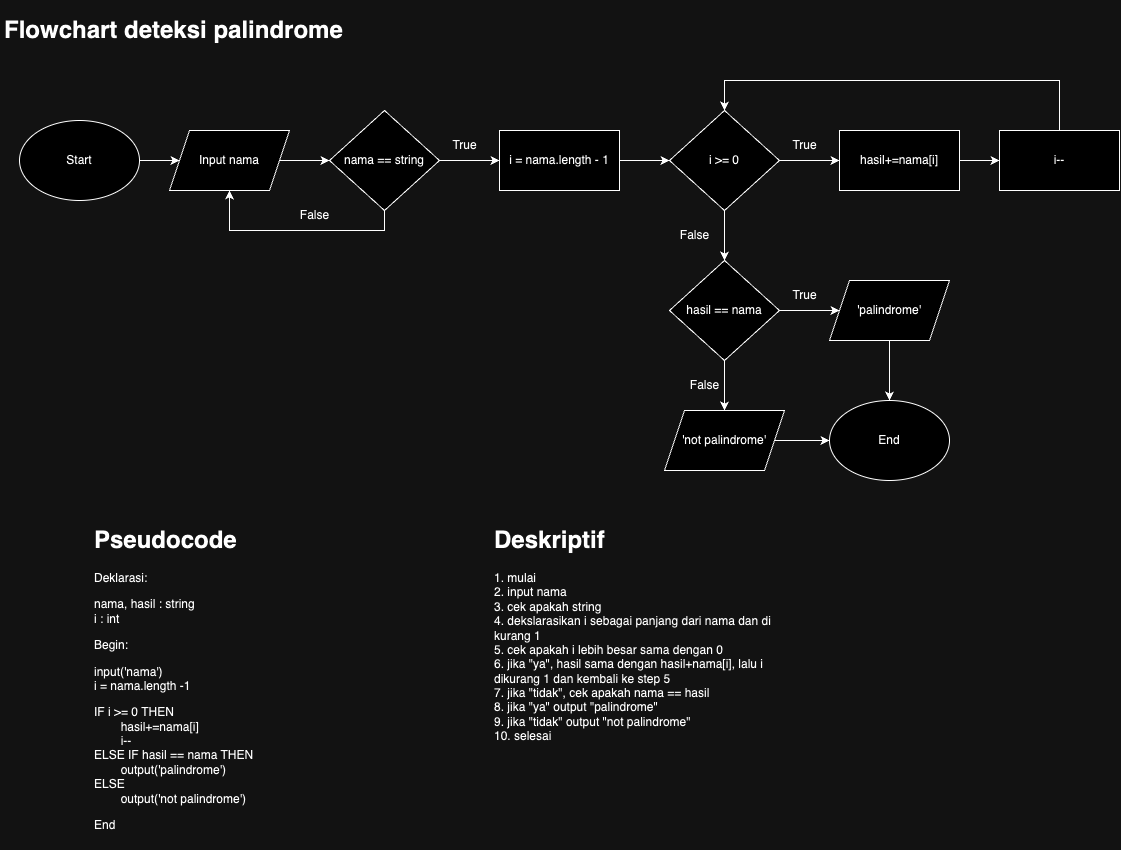
This is 6 Flowchart palindrome.drawio.png from putragabrielll/fwg17-computer-science, a draw.io export, as it was before one commit. Source tidied: cells renumbered, new cells last; positions are measured from the earlier drawing's top-left corner, leaving out a move shared by most shapes.
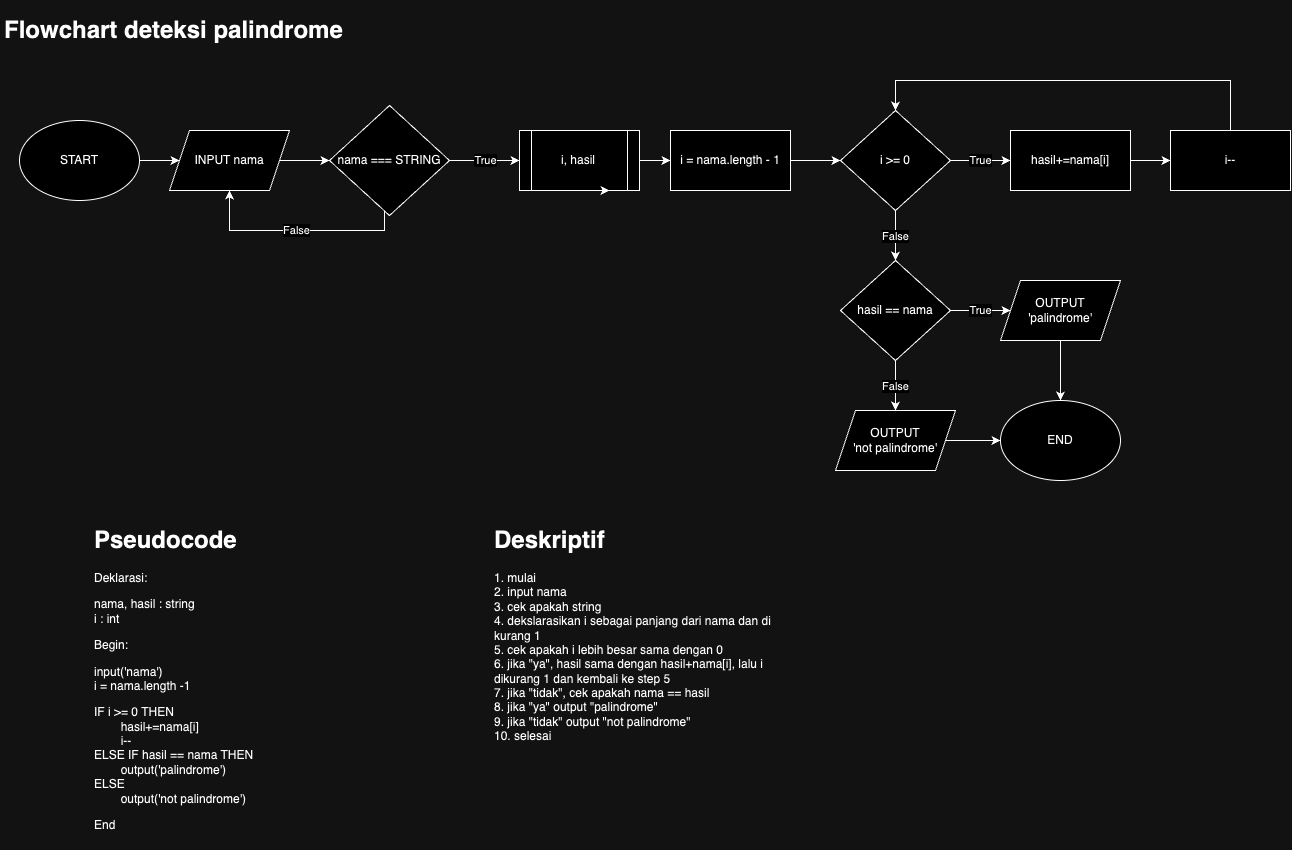
After the commit.

Change to the diagram source:
```diff
@@ -3,50 +3,44 @@
     <mxCell id="0" />
     <mxCell id="1" parent="0" />
     <mxCell id="2" value="&lt;h1&gt;&lt;span style=&quot;background-color: initial;&quot;&gt;Flowchart deteksi palindrome&lt;/span&gt;&lt;/h1&gt;" style="text;html=1;strokeColor=none;fillColor=none;spacing=5;spacingTop=-20;whiteSpace=wrap;overflow=hidden;rounded=0;align=left;" parent="1" vertex="1">
-      <mxGeometry width="440" height="70" as="geometry" />
+      <mxGeometry x="-171" width="440" height="70" as="geometry" />
     </mxCell>
     <mxCell id="3" style="edgeStyle=orthogonalEdgeStyle;rounded=0;jettySize=auto;html=1;entryX=0;entryY=0.5;entryDx=0;entryDy=0;" parent="1" edge="1" source="4" target="6">
       <mxGeometry relative="1" as="geometry" />
     </mxCell>
-    <mxCell id="4" value="Start" style="ellipse;whiteSpace=wrap;html=1;" parent="1" vertex="1">
-      <mxGeometry x="20" y="110" width="120" height="80" as="geometry" />
+    <mxCell id="4" value="START" style="ellipse;whiteSpace=wrap;html=1;" parent="1" vertex="1">
+      <mxGeometry x="-151" y="110" width="120" height="80" as="geometry" />
     </mxCell>
     <mxCell id="5" style="edgeStyle=orthogonalEdgeStyle;rounded=0;jettySize=auto;html=1;entryX=0;entryY=0.5;entryDx=0;entryDy=0;" parent="1" edge="1" source="6" target="9">
       <mxGeometry relative="1" as="geometry" />
     </mxCell>
-    <mxCell id="6" value="Input nama" style="shape=parallelogram;perimeter=parallelogramPerimeter;whiteSpace=wrap;html=1;fixedSize=1;" parent="1" vertex="1">
-      <mxGeometry x="170" y="120" width="120" height="60" as="geometry" />
+    <mxCell id="6" value="INPUT nama" style="shape=parallelogram;perimeter=parallelogramPerimeter;whiteSpace=wrap;html=1;fixedSize=1;" parent="1" vertex="1">
+      <mxGeometry x="-1" y="120" width="120" height="60" as="geometry" />
     </mxCell>
-    <mxCell id="7" style="edgeStyle=orthogonalEdgeStyle;rounded=0;jettySize=auto;html=1;" parent="1" edge="1" source="9" target="6">
+    <mxCell id="7" value="False" style="edgeStyle=orthogonalEdgeStyle;rounded=0;jettySize=auto;html=1;" parent="1" edge="1" source="9" target="6">
       <mxGeometry relative="1" as="geometry">
         <Array as="points">
-          <mxPoint x="385" y="220" />
-          <mxPoint x="230" y="220" />
+          <mxPoint x="214" y="220" />
+          <mxPoint x="59" y="220" />
         </Array>
       </mxGeometry>
     </mxCell>
-    <mxCell id="8" style="edgeStyle=orthogonalEdgeStyle;rounded=0;jettySize=auto;html=1;entryX=0;entryY=0.5;entryDx=0;entryDy=0;" parent="1" edge="1" source="9" target="12">
-      <mxGeometry relative="1" as="geometry" />
-    </mxCell>
+    <mxCell id="35" value="True" style="edgeStyle=orthogonalEdgeStyle;rounded=0;jettySize=auto;html=1;" parent="1" edge="1" source="9" target="37">
+      <mxGeometry relative="1" as="geometry" />
+    </mxCell>
-    <mxCell id="9" value="nama == string" style="rhombus;whiteSpace=wrap;html=1;" parent="1" vertex="1">
-      <mxGeometry x="330" y="100" width="110" height="100" as="geometry" />
+    <mxCell id="9" value="nama === STRING" style="rhombus;whiteSpace=wrap;html=1;" parent="1" vertex="1">
+      <mxGeometry x="159" y="95" width="120" height="110" as="geometry" />
     </mxCell>
-    <mxCell id="10" value="False" style="text;html=1;align=center;verticalAlign=middle;strokeColor=none;fillColor=none;" parent="1" vertex="1">
-      <mxGeometry x="290" y="190" width="50" height="30" as="geometry" />
-    </mxCell>
     <mxCell id="11" style="edgeStyle=orthogonalEdgeStyle;rounded=0;jettySize=auto;html=1;" parent="1" edge="1" source="12" target="16">
       <mxGeometry relative="1" as="geometry" />
     </mxCell>
     <mxCell id="12" value="i = nama.length - 1" style="rounded=0;whiteSpace=wrap;html=1;" parent="1" vertex="1">
       <mxGeometry x="500" y="120" width="120" height="60" as="geometry" />
     </mxCell>
-    <mxCell id="13" value="True" style="text;html=1;align=center;verticalAlign=middle;strokeColor=none;fillColor=none;" parent="1" vertex="1">
-      <mxGeometry x="440" y="120" width="50" height="30" as="geometry" />
-    </mxCell>
-    <mxCell id="14" style="edgeStyle=orthogonalEdgeStyle;rounded=0;jettySize=auto;html=1;" parent="1" edge="1" source="16" target="18">
+    <mxCell id="14" value="True" style="edgeStyle=orthogonalEdgeStyle;rounded=0;jettySize=auto;html=1;" parent="1" edge="1" source="16" target="18">
       <mxGeometry relative="1" as="geometry" />
     </mxCell>
-    <mxCell id="15" style="edgeStyle=orthogonalEdgeStyle;rounded=0;jettySize=auto;html=1;entryX=0.5;entryY=0;entryDx=0;entryDy=0;" parent="1" edge="1" source="16" target="24">
+    <mxCell id="15" value="False" style="edgeStyle=orthogonalEdgeStyle;rounded=0;jettySize=auto;html=1;entryX=0.5;entryY=0;entryDx=0;entryDy=0;" parent="1" edge="1" source="16" target="24">
       <mxGeometry relative="1" as="geometry" />
     </mxCell>
     <mxCell id="16" value="i &amp;gt;= 0" style="rhombus;whiteSpace=wrap;html=1;" parent="1" vertex="1">
@@ -69,47 +63,44 @@
     <mxCell id="20" value="i--" style="rounded=0;whiteSpace=wrap;html=1;" parent="1" vertex="1">
       <mxGeometry x="1000" y="120" width="120" height="60" as="geometry" />
     </mxCell>
-    <mxCell id="21" value="True" style="text;html=1;align=center;verticalAlign=middle;strokeColor=none;fillColor=none;" parent="1" vertex="1">
-      <mxGeometry x="780" y="120" width="50" height="30" as="geometry" />
-    </mxCell>
-    <mxCell id="22" style="edgeStyle=orthogonalEdgeStyle;rounded=0;jettySize=auto;html=1;" parent="1" edge="1" source="24" target="27">
+    <mxCell id="22" value="True" style="edgeStyle=orthogonalEdgeStyle;rounded=0;jettySize=auto;html=1;" parent="1" edge="1" source="24" target="27">
       <mxGeometry relative="1" as="geometry" />
     </mxCell>
-    <mxCell id="23" style="edgeStyle=orthogonalEdgeStyle;rounded=0;jettySize=auto;html=1;" parent="1" edge="1" source="24" target="30">
+    <mxCell id="23" value="False" style="edgeStyle=orthogonalEdgeStyle;rounded=0;jettySize=auto;html=1;" parent="1" edge="1" source="24" target="30">
       <mxGeometry relative="1" as="geometry" />
     </mxCell>
     <mxCell id="24" value="hasil == nama" style="rhombus;whiteSpace=wrap;html=1;" parent="1" vertex="1">
       <mxGeometry x="670" y="250" width="110" height="100" as="geometry" />
     </mxCell>
-    <mxCell id="25" value="False" style="text;html=1;align=center;verticalAlign=middle;strokeColor=none;fillColor=none;" parent="1" vertex="1">
-      <mxGeometry x="670" y="210" width="50" height="30" as="geometry" />
-    </mxCell>
     <mxCell id="26" style="edgeStyle=orthogonalEdgeStyle;rounded=0;jettySize=auto;html=1;" parent="1" edge="1" source="27" target="32">
       <mxGeometry relative="1" as="geometry" />
     </mxCell>
-    <mxCell id="27" value="'palindrome'" style="shape=parallelogram;perimeter=parallelogramPerimeter;whiteSpace=wrap;html=1;fixedSize=1;" parent="1" vertex="1">
+    <mxCell id="27" value="OUTPUT&lt;br&gt;'palindrome'" style="shape=parallelogram;perimeter=parallelogramPerimeter;whiteSpace=wrap;html=1;fixedSize=1;" parent="1" vertex="1">
       <mxGeometry x="830" y="270" width="120" height="60" as="geometry" />
     </mxCell>
-    <mxCell id="28" value="True" style="text;html=1;align=center;verticalAlign=middle;strokeColor=none;fillColor=none;" parent="1" vertex="1">
-      <mxGeometry x="780" y="270" width="50" height="30" as="geometry" />
-    </mxCell>
     <mxCell id="29" style="edgeStyle=orthogonalEdgeStyle;rounded=0;jettySize=auto;html=1;" parent="1" edge="1" source="30" target="32">
       <mxGeometry relative="1" as="geometry" />
     </mxCell>
-    <mxCell id="30" value="'not palindrome'" style="shape=parallelogram;perimeter=parallelogramPerimeter;whiteSpace=wrap;html=1;fixedSize=1;" parent="1" vertex="1">
+    <mxCell id="30" value="OUTPUT&lt;br&gt;'not palindrome'" style="shape=parallelogram;perimeter=parallelogramPerimeter;whiteSpace=wrap;html=1;fixedSize=1;" parent="1" vertex="1">
       <mxGeometry x="665" y="400" width="120" height="60" as="geometry" />
     </mxCell>
-    <mxCell id="31" value="False" style="text;html=1;align=center;verticalAlign=middle;strokeColor=none;fillColor=none;" parent="1" vertex="1">
-      <mxGeometry x="680" y="360" width="50" height="30" as="geometry" />
-    </mxCell>
-    <mxCell id="32" value="End" style="ellipse;whiteSpace=wrap;html=1;" parent="1" vertex="1">
+    <mxCell id="32" value="END" style="ellipse;whiteSpace=wrap;html=1;" parent="1" vertex="1">
       <mxGeometry x="830" y="390" width="120" height="80" as="geometry" />
     </mxCell>
     <mxCell id="33" value="&lt;h1&gt;Pseudocode&lt;/h1&gt;&lt;p&gt;Deklarasi:&lt;/p&gt;&lt;p&gt;nama, hasil : string&lt;br&gt;i : int&lt;/p&gt;&lt;p&gt;Begin:&lt;/p&gt;&lt;p&gt;input('nama')&lt;br&gt;i = nama.length -1&lt;/p&gt;&lt;p&gt;IF i &amp;gt;= 0 THEN&lt;br&gt;&lt;span style=&quot;white-space: pre;&quot;&gt;&#9;&lt;/span&gt;hasil+=nama[i]&lt;br&gt;&lt;span style=&quot;white-space: pre;&quot;&gt;&#9;&lt;/span&gt;i--&lt;br&gt;ELSE IF hasil == nama THEN&lt;br&gt;&lt;span style=&quot;white-space: pre;&quot;&gt;&#9;&lt;/span&gt;output('palindrome')&lt;br&gt;ELSE&lt;br&gt;&lt;span style=&quot;white-space: pre;&quot;&gt;&#9;&lt;/span&gt;output('not palindrome')&lt;/p&gt;&lt;p&gt;End&lt;/p&gt;" style="text;html=1;strokeColor=none;fillColor=none;spacing=5;spacingTop=-20;whiteSpace=wrap;overflow=hidden;rounded=0;align=left;" parent="1" vertex="1">
-      <mxGeometry x="90" y="510" width="240" height="330" as="geometry" />
+      <mxGeometry x="-81" y="510" width="240" height="330" as="geometry" />
     </mxCell>
     <mxCell id="34" value="&lt;h1&gt;Deskriptif&lt;/h1&gt;&lt;p&gt;1. mulai&lt;br&gt;2. input nama&lt;br&gt;3. cek apakah string&lt;br&gt;4. dekslarasikan i sebagai panjang dari nama dan di kurang 1&lt;br&gt;5. cek apakah i lebih besar sama dengan 0&lt;br&gt;6. jika &quot;ya&quot;, hasil sama dengan hasil+nama[i], lalu i dikurang 1 dan kembali ke step 5&lt;br&gt;7. jika &quot;tidak&quot;, cek apakah nama == hasil&lt;br&gt;8. jika &quot;ya&quot; output &quot;palindrome&quot;&lt;br&gt;9. jika &quot;tidak&quot; output &quot;not palindrome&quot;&lt;br&gt;10. selesai&lt;/p&gt;" style="text;html=1;strokeColor=none;fillColor=none;spacing=5;spacingTop=-20;whiteSpace=wrap;overflow=hidden;rounded=0;align=left;" parent="1" vertex="1">
-      <mxGeometry x="490" y="510" width="300" height="330" as="geometry" />
+      <mxGeometry x="319" y="510" width="300" height="330" as="geometry" />
     </mxCell>
+    <mxCell id="36" style="edgeStyle=orthogonalEdgeStyle;rounded=0;jettySize=auto;html=1;" parent="1" edge="1" source="37" target="12">
+      <mxGeometry relative="1" as="geometry" />
+    </mxCell>
+    <mxCell id="37" value="i, hasil" style="shape=process;whiteSpace=wrap;html=1;backgroundOutline=1;" parent="1" vertex="1">
+      <mxGeometry x="349" y="120" width="120" height="60" as="geometry" />
+    </mxCell>
+    <mxCell id="38" style="edgeStyle=orthogonalEdgeStyle;rounded=0;orthogonalLoop=1;jettySize=auto;html=1;exitX=0.5;exitY=1;exitDx=0;exitDy=0;entryX=0.75;entryY=1;entryDx=0;entryDy=0;" parent="1" edge="1" source="37" target="37">
+      <mxGeometry relative="1" as="geometry" />
+    </mxCell>
   </root>
 </mxGraphModel>
```
